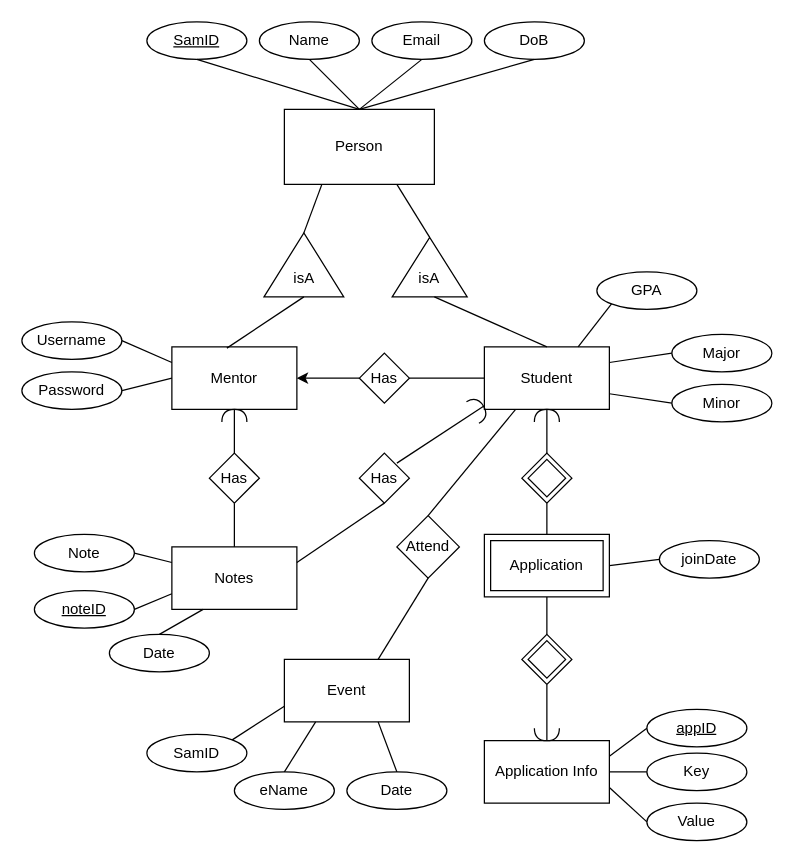
Above: ERD-studentDB.drawio in Trravo/TB-studentDatabase (draw.io), before the change. Source tidied: cells renumbered, new cells numbered last; positions are measured from the earlier drawing's top-left corner, leaving out a move shared by most shapes. Both pictures are drawn from the tidied source at 125%, with x=0, y=0 at pixel (21, 21).
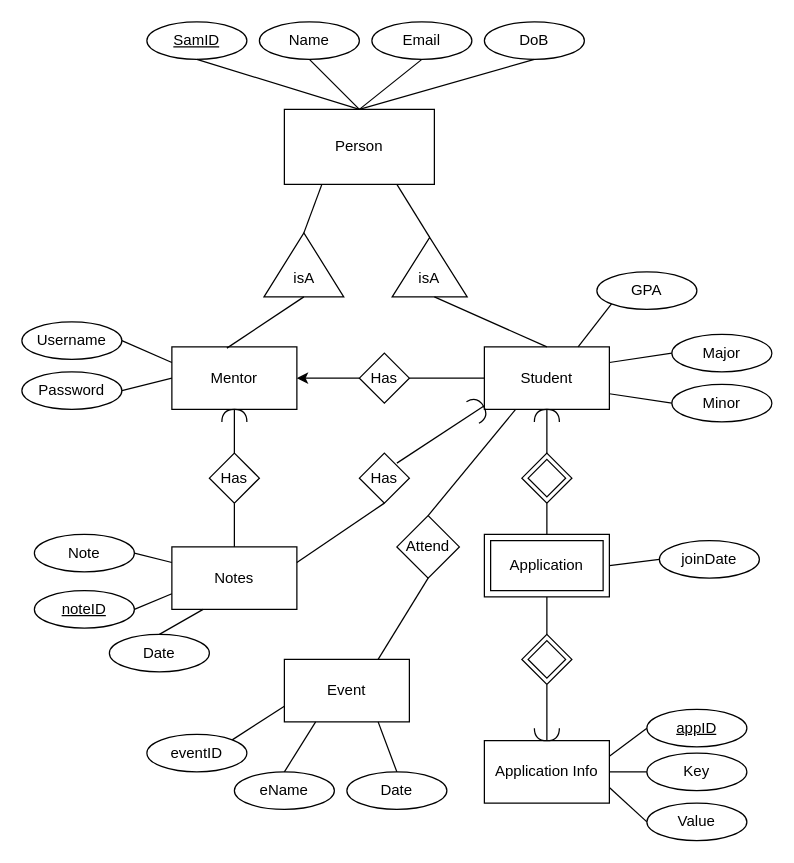
After the change.

The edit, as a diff of the source:
```diff
@@
-    <mxCell id="65" value="SamID" style="ellipse;whiteSpace=wrap;html=1;rounded=0;labelBackgroundColor=none;" parent="1" vertex="1">
+    <mxCell id="65" value="eventID" style="ellipse;whiteSpace=wrap;html=1;rounded=0;labelBackgroundColor=none;" parent="1" vertex="1">
       <mxGeometry x="100" y="570" width="80" height="30" as="geometry" />
     </mxCell>
```
